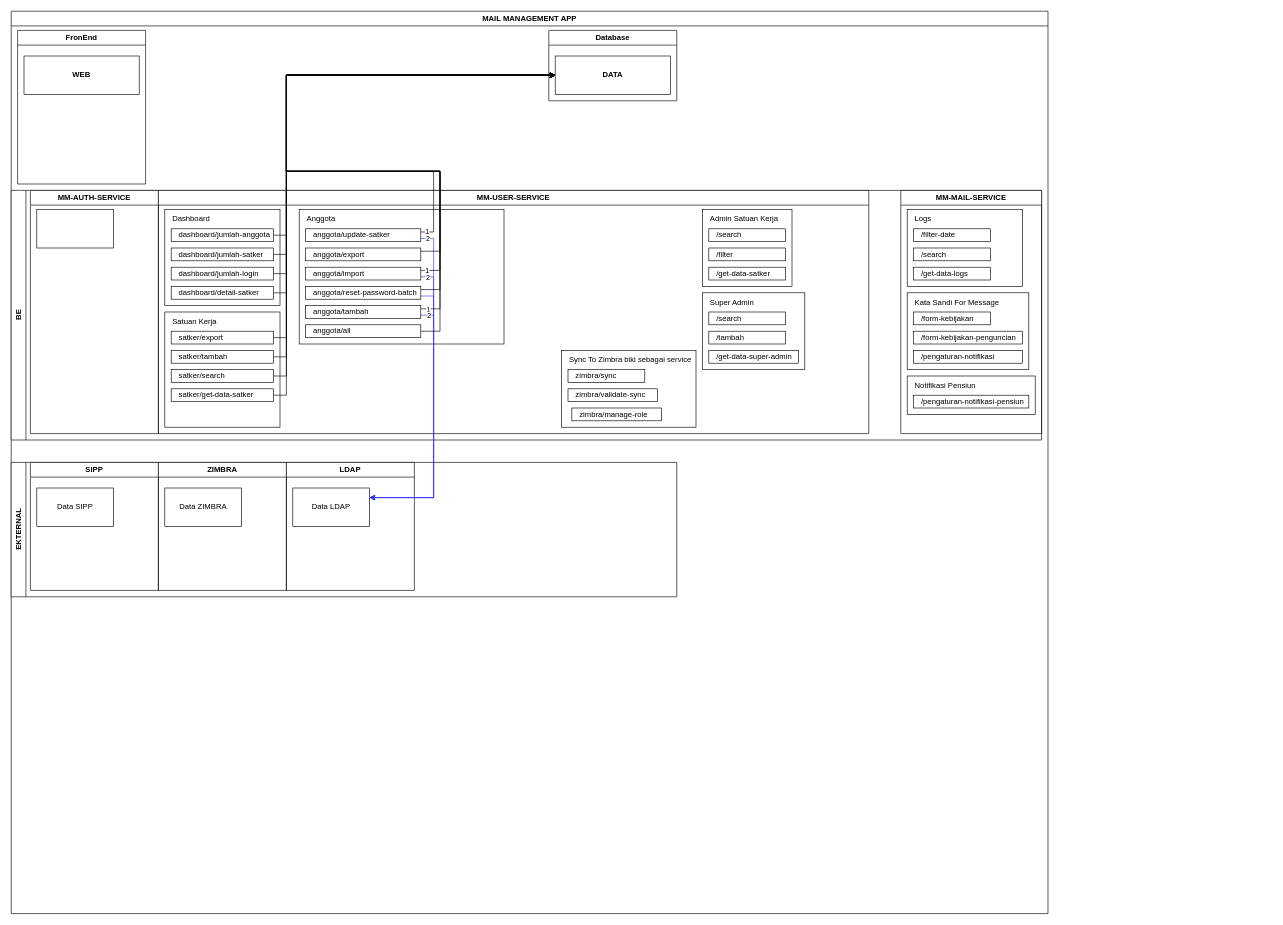
Above: page "tech-arsitektur-service" (5 of 5) of admin_polri.drawio in fsdio/draw.io.dev (draw.io), before the change. Source tidied: cells renumbered, new cells numbered last; positions are measured from the earlier drawing's top-left corner, leaving out a move shared by most shapes. Both pictures are drawn from the tidied source at 64%, with x=0, y=0 at pixel (11, 11).
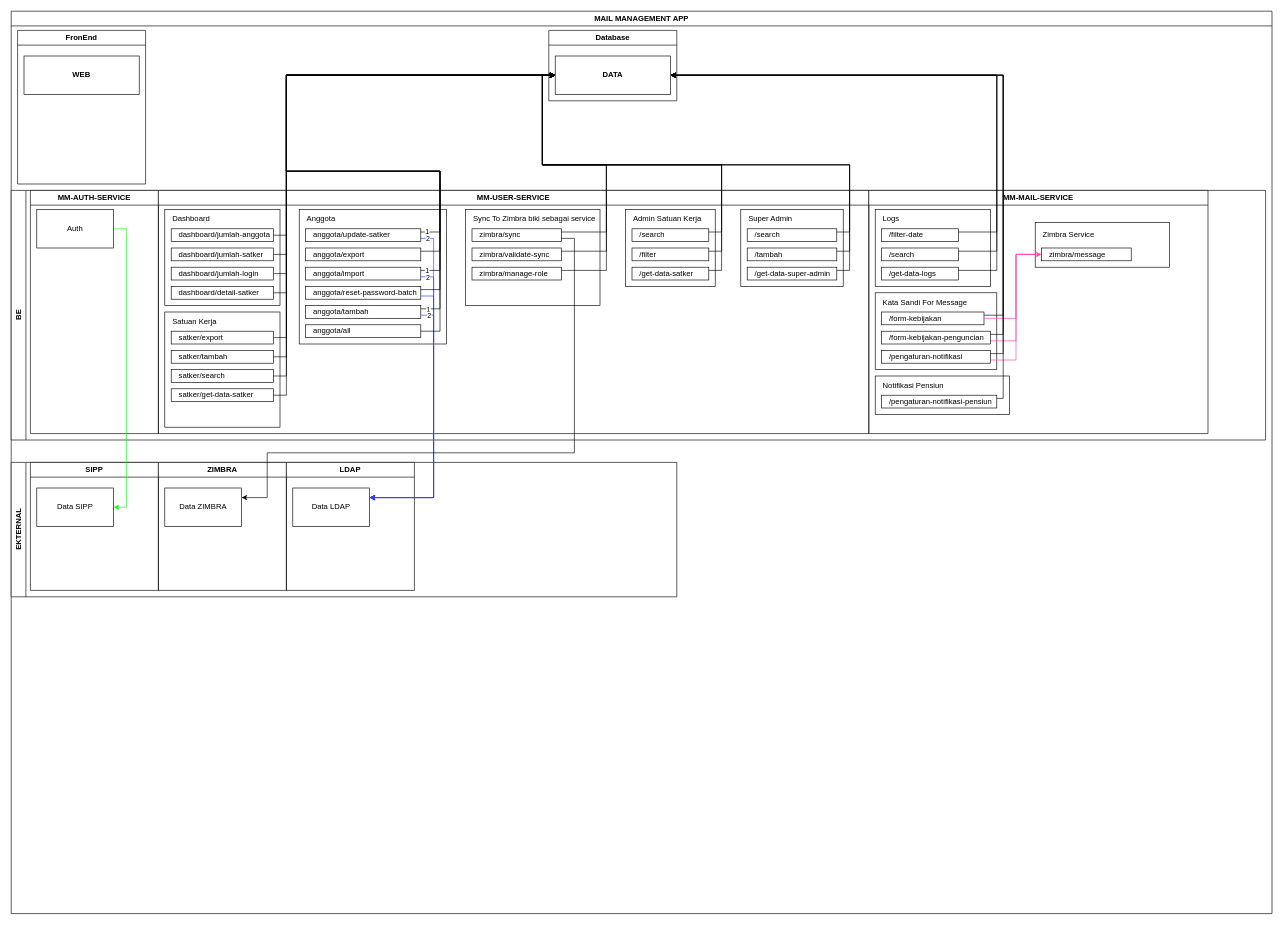
Above is the later version.

The change refers to these unchanged cells:
```xml
<mxCell id="4" value="MM-AUTH-SERVICE" style="swimlane;whiteSpace=wrap;html=1;" parent="3" vertex="1">
  <mxGeometry x="30" width="200" height="380" as="geometry" />
</mxCell>
<mxCell id="6" value="MM-USER-SERVICE" style="swimlane;whiteSpace=wrap;html=1;" parent="3" vertex="1">
  <mxGeometry x="230" width="1110" height="380" as="geometry" />
</mxCell>
<mxCell id="41" value="anggota/update-satker" style="rounded=0;whiteSpace=wrap;html=1;align=left;spacingLeft=10;" parent="6" vertex="1">
  <mxGeometry x="230" y="60" width="180" height="20" as="geometry" />
</mxCell>
<mxCell id="44" value="/filter-date" style="rounded=0;whiteSpace=wrap;html=1;align=left;spacingLeft=10;" parent="42" vertex="1">
  <mxGeometry x="20" y="60" width="120" height="20" as="geometry" />
</mxCell>
<mxCell id="45" value="/search" style="rounded=0;whiteSpace=wrap;html=1;align=left;spacingLeft=10;" parent="42" vertex="1">
  <mxGeometry x="20" y="90" width="120" height="20" as="geometry" />
</mxCell>
<mxCell id="46" value="/get-data-logs" style="rounded=0;whiteSpace=wrap;html=1;align=left;spacingLeft=10;" parent="42" vertex="1">
  <mxGeometry x="20" y="120" width="120" height="20" as="geometry" />
</mxCell>
<mxCell id="50" value="/form-kebijakan-penguncian" style="rounded=0;whiteSpace=wrap;html=1;align=left;spacingLeft=10;" parent="42" vertex="1">
  <mxGeometry x="20" y="220" width="170" height="20" as="geometry" />
</mxCell>
<mxCell id="52" value="/pengaturan-notifikasi" style="rounded=0;whiteSpace=wrap;html=1;align=left;spacingLeft=10;" parent="42" vertex="1">
  <mxGeometry x="20" y="250" width="170" height="20" as="geometry" />
</mxCell>
<mxCell id="54" value="/pengaturan-notifikasi-pensiun" style="rounded=0;whiteSpace=wrap;html=1;align=left;spacingLeft=10;" parent="42" vertex="1">
  <mxGeometry x="20" y="320" width="180" height="20" as="geometry" />
</mxCell>
<mxCell id="58" value="Data SIPP" style="rounded=0;whiteSpace=wrap;html=1;" parent="57" vertex="1">
  <mxGeometry x="10" y="40" width="120" height="60" as="geometry" />
</mxCell>
<mxCell id="60" value="Data ZIMBRA" style="rounded=0;whiteSpace=wrap;html=1;" parent="59" vertex="1">
  <mxGeometry x="10" y="40" width="120" height="60" as="geometry" />
</mxCell>
<mxCell id="64" value="&lt;b&gt;DATA&lt;/b&gt;" style="rounded=0;whiteSpace=wrap;html=1;" parent="63" vertex="1">
  <mxGeometry x="10" y="40" width="180" height="60" as="geometry" />
</mxCell>
```

What changed in the source:
```diff
@@
     <mxCell id="2" value="MAIL MANAGEMENT APP" style="swimlane;whiteSpace=wrap;html=1;" parent="1" vertex="1">
-      <mxGeometry width="1620" height="1410" as="geometry" />
+      <mxGeometry width="1970" height="1410" as="geometry" />
     </mxCell>
     <mxCell id="3" value="BE" style="swimlane;horizontal=0;whiteSpace=wrap;html=1;startSize=23;" parent="2" vertex="1">
-      <mxGeometry y="280" width="1610" height="390" as="geometry" />
+      <mxGeometry y="280" width="1960" height="390" as="geometry" />
     </mxCell>
@@
-    <mxCell id="5" style="rounded=0;whiteSpace=wrap;html=1;" parent="4" vertex="1">
+    <mxCell id="5" value="Auth" style="rounded=0;whiteSpace=wrap;html=1;" parent="4" vertex="1">
       <mxGeometry x="10" y="30" width="120" height="60" as="geometry" />
     </mxCell>
@@
     <mxCell id="13" style="rounded=0;whiteSpace=wrap;html=1;" parent="6" vertex="1">
-      <mxGeometry x="220" y="30" width="320" height="210" as="geometry" />
+      <mxGeometry x="220" y="30" width="230" height="210" as="geometry" />
     </mxCell>
@@
     <mxCell id="26" style="rounded=0;whiteSpace=wrap;html=1;" parent="6" vertex="1">
-      <mxGeometry x="850" y="30" width="140" height="120" as="geometry" />
+      <mxGeometry x="730" y="30" width="140" height="120" as="geometry" />
     </mxCell>
     <mxCell id="27" value="/search" style="rounded=0;whiteSpace=wrap;html=1;align=left;spacingLeft=10;" parent="6" vertex="1">
-      <mxGeometry x="860" y="60" width="120" height="20" as="geometry" />
+      <mxGeometry x="740" y="60" width="120" height="20" as="geometry" />
     </mxCell>
     <mxCell id="28" value="/filter" style="rounded=0;whiteSpace=wrap;html=1;align=left;spacingLeft=10;" parent="6" vertex="1">
-      <mxGeometry x="860" y="90" width="120" height="20" as="geometry" />
+      <mxGeometry x="740" y="90" width="120" height="20" as="geometry" />
     </mxCell>
     <mxCell id="29" value="/get-data-satker" style="rounded=0;whiteSpace=wrap;html=1;align=left;spacingLeft=10;" parent="6" vertex="1">
-      <mxGeometry x="860" y="120" width="120" height="20" as="geometry" />
+      <mxGeometry x="740" y="120" width="120" height="20" as="geometry" />
     </mxCell>
     <mxCell id="30" value="Admin Satuan Kerja" style="text;html=1;align=left;verticalAlign=middle;whiteSpace=wrap;rounded=0;spacingLeft=10;" parent="6" vertex="1">
-      <mxGeometry x="850" y="30" width="140" height="30" as="geometry" />
+      <mxGeometry x="730" y="30" width="140" height="30" as="geometry" />
     </mxCell>
     <mxCell id="31" style="rounded=0;whiteSpace=wrap;html=1;" parent="6" vertex="1">
-      <mxGeometry x="850" y="160" width="160" height="120" as="geometry" />
+      <mxGeometry x="910" y="30" width="160" height="120" as="geometry" />
     </mxCell>
     <mxCell id="32" value="/search" style="rounded=0;whiteSpace=wrap;html=1;align=left;spacingLeft=10;" parent="6" vertex="1">
-      <mxGeometry x="860" y="190" width="120" height="20" as="geometry" />
+      <mxGeometry x="920" y="60" width="140" height="20" as="geometry" />
     </mxCell>
     <mxCell id="33" value="/tambah" style="rounded=0;whiteSpace=wrap;html=1;align=left;spacingLeft=10;" parent="6" vertex="1">
-      <mxGeometry x="860" y="220" width="120" height="20" as="geometry" />
+      <mxGeometry x="920" y="90" width="140" height="20" as="geometry" />
     </mxCell>
+    <mxCell id="91" style="edgeStyle=orthogonalEdgeStyle;rounded=0;jettySize=auto;html=1;exitX=1;exitY=0.25;exitDx=0;exitDy=0;" parent="6" edge="1" source="34">
+      <mxGeometry relative="1" as="geometry">
+        <mxPoint x="620" y="-180" as="targetPoint" />
+        <Array as="points">
+          <mxPoint x="1080" y="125" />
+          <mxPoint x="1080" y="-40" />
+          <mxPoint x="600" y="-40" />
+          <mxPoint x="600" y="-180" />
+        </Array>
+      </mxGeometry>
+    </mxCell>
     <mxCell id="34" value="/get-data-super-admin" style="rounded=0;whiteSpace=wrap;html=1;align=left;spacingLeft=10;" parent="6" vertex="1">
-      <mxGeometry x="860" y="250" width="140" height="20" as="geometry" />
+      <mxGeometry x="920" y="120" width="140" height="20" as="geometry" />
     </mxCell>
     <mxCell id="35" value="Super Admin" style="text;html=1;align=left;verticalAlign=middle;whiteSpace=wrap;rounded=0;spacingLeft=10;" parent="6" vertex="1">
-      <mxGeometry x="850" y="160" width="160" height="30" as="geometry" />
+      <mxGeometry x="910" y="30" width="160" height="30" as="geometry" />
     </mxCell>
     <mxCell id="36" style="rounded=0;whiteSpace=wrap;html=1;" parent="6" vertex="1">
-      <mxGeometry x="630" y="250" width="210" height="120" as="geometry" />
+      <mxGeometry x="480" y="30" width="210" height="150" as="geometry" />
     </mxCell>
     <mxCell id="37" value="zimbra/sync" style="rounded=0;whiteSpace=wrap;html=1;align=left;spacingLeft=10;" parent="6" vertex="1">
-      <mxGeometry x="640" y="280" width="120" height="20" as="geometry" />
+      <mxGeometry x="490" y="60" width="140" height="20" as="geometry" />
     </mxCell>
     <mxCell id="38" value="zimbra/validate-sync" style="rounded=0;whiteSpace=wrap;html=1;align=left;spacingLeft=10;" parent="6" vertex="1">
-      <mxGeometry x="640" y="310" width="140" height="20" as="geometry" />
+      <mxGeometry x="490" y="90" width="140" height="20" as="geometry" />
     </mxCell>
     <mxCell id="39" value="zimbra/manage-role" style="rounded=0;whiteSpace=wrap;html=1;align=left;spacingLeft=10;" parent="6" vertex="1">
-      <mxGeometry x="646" y="340" width="140" height="20" as="geometry" />
+      <mxGeometry x="490" y="120" width="140" height="20" as="geometry" />
     </mxCell>
     <mxCell id="40" value="Sync To Zimbra biki sebagai service" style="text;html=1;align=left;verticalAlign=middle;whiteSpace=wrap;rounded=0;spacingLeft=10;" parent="6" vertex="1">
-      <mxGeometry x="630" y="250" width="210" height="30" as="geometry" />
+      <mxGeometry x="480" y="30" width="210" height="30" as="geometry" />
     </mxCell>
@@
     <mxCell id="42" value="MM-MAIL-SERVICE" style="swimlane;whiteSpace=wrap;html=1;" parent="3" vertex="1">
-      <mxGeometry x="1390" width="220" height="380" as="geometry" />
+      <mxGeometry x="1340" width="530" height="380" as="geometry" />
     </mxCell>
@@
+    <mxCell id="92" style="edgeStyle=orthogonalEdgeStyle;rounded=0;jettySize=auto;html=1;exitX=1;exitY=0.25;exitDx=0;exitDy=0;" parent="42" edge="1" source="45">
+      <mxGeometry relative="1" as="geometry">
+        <mxPoint x="-310" y="-180" as="targetPoint" />
+        <Array as="points">
+          <mxPoint x="200" y="95" />
+          <mxPoint x="200" y="-180" />
+        </Array>
+      </mxGeometry>
+    </mxCell>
@@
     <mxCell id="49" value="/form-kebijakan" style="rounded=0;whiteSpace=wrap;html=1;align=left;spacingLeft=10;" parent="42" vertex="1">
-      <mxGeometry x="20" y="190" width="120" height="20" as="geometry" />
+      <mxGeometry x="20" y="190" width="160" height="20" as="geometry" />
     </mxCell>
+    <mxCell id="93" style="edgeStyle=orthogonalEdgeStyle;rounded=0;jettySize=auto;html=1;exitX=1;exitY=0.75;exitDx=0;exitDy=0;entryX=0;entryY=0.5;entryDx=0;entryDy=0;strokeColor=#FF3F9F;" parent="42" edge="1" source="50" target="96">
+      <mxGeometry relative="1" as="geometry">
+        <Array as="points">
+          <mxPoint x="230" y="235" />
+          <mxPoint x="230" y="100" />
+        </Array>
+      </mxGeometry>
+    </mxCell>
@@
+    <mxCell id="94" style="edgeStyle=orthogonalEdgeStyle;rounded=0;jettySize=auto;html=1;exitX=1;exitY=0.75;exitDx=0;exitDy=0;entryX=0;entryY=0.5;entryDx=0;entryDy=0;strokeColor=#FF3F9F;" parent="42" edge="1" source="52" target="96">
+      <mxGeometry relative="1" as="geometry" />
+    </mxCell>
@@
     <mxCell id="53" style="rounded=0;whiteSpace=wrap;html=1;" parent="42" vertex="1">
-      <mxGeometry x="10" y="290" width="200" height="60" as="geometry" />
+      <mxGeometry x="10" y="290" width="210" height="60" as="geometry" />
     </mxCell>
@@
+    <mxCell id="95" style="rounded=0;whiteSpace=wrap;html=1;" parent="42" vertex="1">
+      <mxGeometry x="260" y="50" width="210" height="70" as="geometry" />
+    </mxCell>
+    <mxCell id="96" value="zimbra/message" style="rounded=0;whiteSpace=wrap;html=1;align=left;spacingLeft=10;" parent="42" vertex="1">
+      <mxGeometry x="270" y="90" width="140" height="20" as="geometry" />
+    </mxCell>
+    <mxCell id="97" value="Zimbra Service" style="text;html=1;align=left;verticalAlign=middle;whiteSpace=wrap;rounded=0;spacingLeft=10;" parent="42" vertex="1">
+      <mxGeometry x="260" y="55" width="210" height="30" as="geometry" />
+    </mxCell>
+    <mxCell id="98" style="edgeStyle=orthogonalEdgeStyle;rounded=0;jettySize=auto;html=1;exitX=1;exitY=0.5;exitDx=0;exitDy=0;entryX=0;entryY=0.5;entryDx=0;entryDy=0;strokeColor=#FF3F9F;" parent="42" edge="1" source="49" target="96">
+      <mxGeometry relative="1" as="geometry">
+        <Array as="points">
+          <mxPoint x="230" y="200" />
+          <mxPoint x="230" y="100" />
+        </Array>
+      </mxGeometry>
+    </mxCell>
@@
     <mxCell id="75" style="edgeStyle=orthogonalEdgeStyle;rounded=0;jettySize=auto;html=1;exitX=1;exitY=0.25;exitDx=0;exitDy=0;entryX=0;entryY=0.5;entryDx=0;entryDy=0;" parent="2" edge="1" source="41" target="64">
       <mxGeometry relative="1" as="geometry">
         <Array as="points">
-          <mxPoint x="660" y="345" />
-          <mxPoint x="660" y="250" />
+          <mxPoint x="670" y="345" />
+          <mxPoint x="670" y="250" />
           <mxPoint x="430" y="250" />
           <mxPoint x="430" y="100" />
         </Array>
       </mxGeometry>
     </mxCell>
@@
+    <mxCell id="99" style="edgeStyle=orthogonalEdgeStyle;rounded=0;jettySize=auto;html=1;exitX=1;exitY=0.25;exitDx=0;exitDy=0;entryX=0;entryY=0.5;entryDx=0;entryDy=0;" parent="2" edge="1" source="37" target="64">
+      <mxGeometry relative="1" as="geometry">
+        <Array as="points">
+          <mxPoint x="930" y="345" />
+          <mxPoint x="930" y="240" />
+          <mxPoint x="830" y="240" />
+          <mxPoint x="830" y="100" />
+        </Array>
+      </mxGeometry>
+    </mxCell>
+    <mxCell id="100" style="edgeStyle=orthogonalEdgeStyle;rounded=0;jettySize=auto;html=1;exitX=1;exitY=0.25;exitDx=0;exitDy=0;entryX=0;entryY=0.5;entryDx=0;entryDy=0;" parent="2" edge="1" source="38" target="64">
+      <mxGeometry relative="1" as="geometry">
+        <Array as="points">
+          <mxPoint x="930" y="375" />
+          <mxPoint x="930" y="240" />
+          <mxPoint x="830" y="240" />
+          <mxPoint x="830" y="100" />
+        </Array>
+      </mxGeometry>
+    </mxCell>
+    <mxCell id="101" style="edgeStyle=orthogonalEdgeStyle;rounded=0;jettySize=auto;html=1;exitX=1;exitY=0.25;exitDx=0;exitDy=0;entryX=0;entryY=0.5;entryDx=0;entryDy=0;" parent="2" edge="1" source="39" target="64">
+      <mxGeometry relative="1" as="geometry">
+        <Array as="points">
+          <mxPoint x="930" y="405" />
+          <mxPoint x="930" y="240" />
+          <mxPoint x="830" y="240" />
+          <mxPoint x="830" y="100" />
+        </Array>
+      </mxGeometry>
+    </mxCell>
+    <mxCell id="102" style="edgeStyle=orthogonalEdgeStyle;rounded=0;jettySize=auto;html=1;exitX=1;exitY=0.75;exitDx=0;exitDy=0;entryX=1;entryY=0.25;entryDx=0;entryDy=0;" parent="2" edge="1" source="37" target="60">
+      <mxGeometry relative="1" as="geometry">
+        <Array as="points">
+          <mxPoint x="880" y="355" />
+          <mxPoint x="880" y="690" />
+          <mxPoint x="400" y="690" />
+          <mxPoint x="400" y="760" />
+        </Array>
+      </mxGeometry>
+    </mxCell>
+    <mxCell id="103" style="edgeStyle=orthogonalEdgeStyle;rounded=0;jettySize=auto;html=1;exitX=1;exitY=0.25;exitDx=0;exitDy=0;entryX=0;entryY=0.5;entryDx=0;entryDy=0;" parent="2" edge="1" source="27" target="64">
+      <mxGeometry relative="1" as="geometry">
+        <Array as="points">
+          <mxPoint x="1110" y="345" />
+          <mxPoint x="1110" y="240" />
+          <mxPoint x="830" y="240" />
+          <mxPoint x="830" y="100" />
+        </Array>
+      </mxGeometry>
+    </mxCell>
+    <mxCell id="104" style="edgeStyle=orthogonalEdgeStyle;rounded=0;jettySize=auto;html=1;exitX=1;exitY=0.25;exitDx=0;exitDy=0;entryX=0;entryY=0.5;entryDx=0;entryDy=0;" parent="2" edge="1" source="28" target="64">
+      <mxGeometry relative="1" as="geometry">
+        <Array as="points">
+          <mxPoint x="1110" y="375" />
+          <mxPoint x="1110" y="240" />
+          <mxPoint x="830" y="240" />
+          <mxPoint x="830" y="100" />
+        </Array>
+      </mxGeometry>
+    </mxCell>
+    <mxCell id="105" style="edgeStyle=orthogonalEdgeStyle;rounded=0;jettySize=auto;html=1;exitX=1;exitY=0.25;exitDx=0;exitDy=0;entryX=0;entryY=0.5;entryDx=0;entryDy=0;" parent="2" edge="1" source="29" target="64">
+      <mxGeometry relative="1" as="geometry">
+        <Array as="points">
+          <mxPoint x="1110" y="405" />
+          <mxPoint x="1110" y="240" />
+          <mxPoint x="830" y="240" />
+          <mxPoint x="830" y="100" />
+        </Array>
+      </mxGeometry>
+    </mxCell>
+    <mxCell id="106" style="edgeStyle=orthogonalEdgeStyle;rounded=0;jettySize=auto;html=1;exitX=1;exitY=0.25;exitDx=0;exitDy=0;entryX=0;entryY=0.5;entryDx=0;entryDy=0;" parent="2" edge="1" source="32" target="64">
+      <mxGeometry relative="1" as="geometry">
+        <Array as="points">
+          <mxPoint x="1310" y="345" />
+          <mxPoint x="1310" y="240" />
+          <mxPoint x="830" y="240" />
+          <mxPoint x="830" y="100" />
+        </Array>
+      </mxGeometry>
+    </mxCell>
+    <mxCell id="107" style="edgeStyle=orthogonalEdgeStyle;rounded=0;jettySize=auto;html=1;exitX=1;exitY=0.25;exitDx=0;exitDy=0;entryX=0;entryY=0.5;entryDx=0;entryDy=0;" parent="2" edge="1" source="33" target="64">
+      <mxGeometry relative="1" as="geometry">
+        <Array as="points">
+          <mxPoint x="1310" y="375" />
+          <mxPoint x="1310" y="240" />
+          <mxPoint x="830" y="240" />
+          <mxPoint x="830" y="100" />
+        </Array>
+      </mxGeometry>
+    </mxCell>
+    <mxCell id="108" style="edgeStyle=orthogonalEdgeStyle;rounded=0;jettySize=auto;html=1;exitX=1;exitY=0.25;exitDx=0;exitDy=0;entryX=1;entryY=0.5;entryDx=0;entryDy=0;" parent="2" edge="1" source="44" target="64">
+      <mxGeometry relative="1" as="geometry">
+        <Array as="points">
+          <mxPoint x="1540" y="345" />
+          <mxPoint x="1540" y="100" />
+        </Array>
+      </mxGeometry>
+    </mxCell>
+    <mxCell id="109" style="edgeStyle=orthogonalEdgeStyle;rounded=0;jettySize=auto;html=1;exitX=1;exitY=0.25;exitDx=0;exitDy=0;entryX=1;entryY=0.5;entryDx=0;entryDy=0;" parent="2" edge="1" source="46" target="64">
+      <mxGeometry relative="1" as="geometry">
+        <Array as="points">
+          <mxPoint x="1540" y="405" />
+          <mxPoint x="1540" y="100" />
+        </Array>
+      </mxGeometry>
+    </mxCell>
+    <mxCell id="110" style="edgeStyle=orthogonalEdgeStyle;rounded=0;jettySize=auto;html=1;exitX=1;exitY=0.25;exitDx=0;exitDy=0;entryX=1;entryY=0.5;entryDx=0;entryDy=0;" parent="2" edge="1" source="52" target="64">
+      <mxGeometry relative="1" as="geometry" />
+    </mxCell>
+    <mxCell id="111" style="edgeStyle=orthogonalEdgeStyle;rounded=0;jettySize=auto;html=1;exitX=1;exitY=0.25;exitDx=0;exitDy=0;entryX=1;entryY=0.5;entryDx=0;entryDy=0;" parent="2" edge="1" source="49" target="64">
+      <mxGeometry relative="1" as="geometry">
+        <Array as="points">
+          <mxPoint x="1550" y="475" />
+          <mxPoint x="1550" y="100" />
+        </Array>
+      </mxGeometry>
+    </mxCell>
+    <mxCell id="112" style="edgeStyle=orthogonalEdgeStyle;rounded=0;jettySize=auto;html=1;exitX=1;exitY=0.25;exitDx=0;exitDy=0;entryX=1;entryY=0.5;entryDx=0;entryDy=0;" parent="2" edge="1" source="50" target="64">
+      <mxGeometry relative="1" as="geometry">
+        <Array as="points">
+          <mxPoint x="1550" y="505" />
+          <mxPoint x="1550" y="100" />
+        </Array>
+      </mxGeometry>
+    </mxCell>
+    <mxCell id="113" style="edgeStyle=orthogonalEdgeStyle;rounded=0;jettySize=auto;html=1;exitX=1;exitY=0.25;exitDx=0;exitDy=0;entryX=1;entryY=0.5;entryDx=0;entryDy=0;" parent="2" edge="1" source="54" target="64">
+      <mxGeometry relative="1" as="geometry">
+        <Array as="points">
+          <mxPoint x="1550" y="605" />
+          <mxPoint x="1550" y="100" />
+        </Array>
+      </mxGeometry>
+    </mxCell>
+    <mxCell id="114" style="edgeStyle=orthogonalEdgeStyle;rounded=0;jettySize=auto;html=1;exitX=1;exitY=0.5;exitDx=0;exitDy=0;entryX=1;entryY=0.5;entryDx=0;entryDy=0;strokeColor=#00FF00;fontColor=#5AA9E6;fillColor=#FFE45E;" parent="2" edge="1" source="5" target="58">
+      <mxGeometry relative="1" as="geometry" />
+    </mxCell>
```
